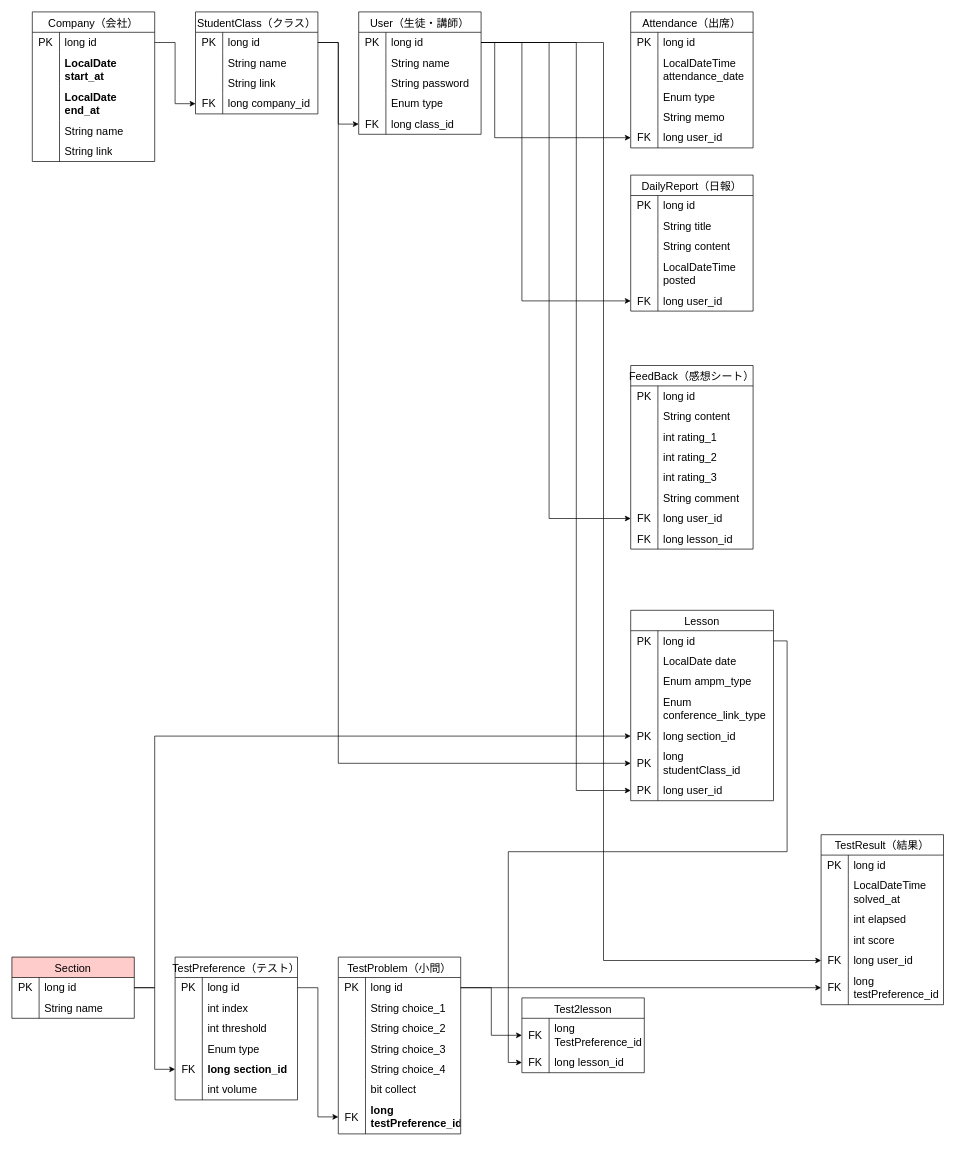
DC-TEAM-A8/TEAM_A8 keeps this draw.io diagram as new_database.drawio. Above is the earlier version. Source tidied: cells renumbered, new cells numbered last; positions are measured from the earlier drawing's top-left corner, leaving out a move shared by most shapes. Both pictures are drawn from the tidied source at 68%, with x=0, y=0 at pixel (12, 12).
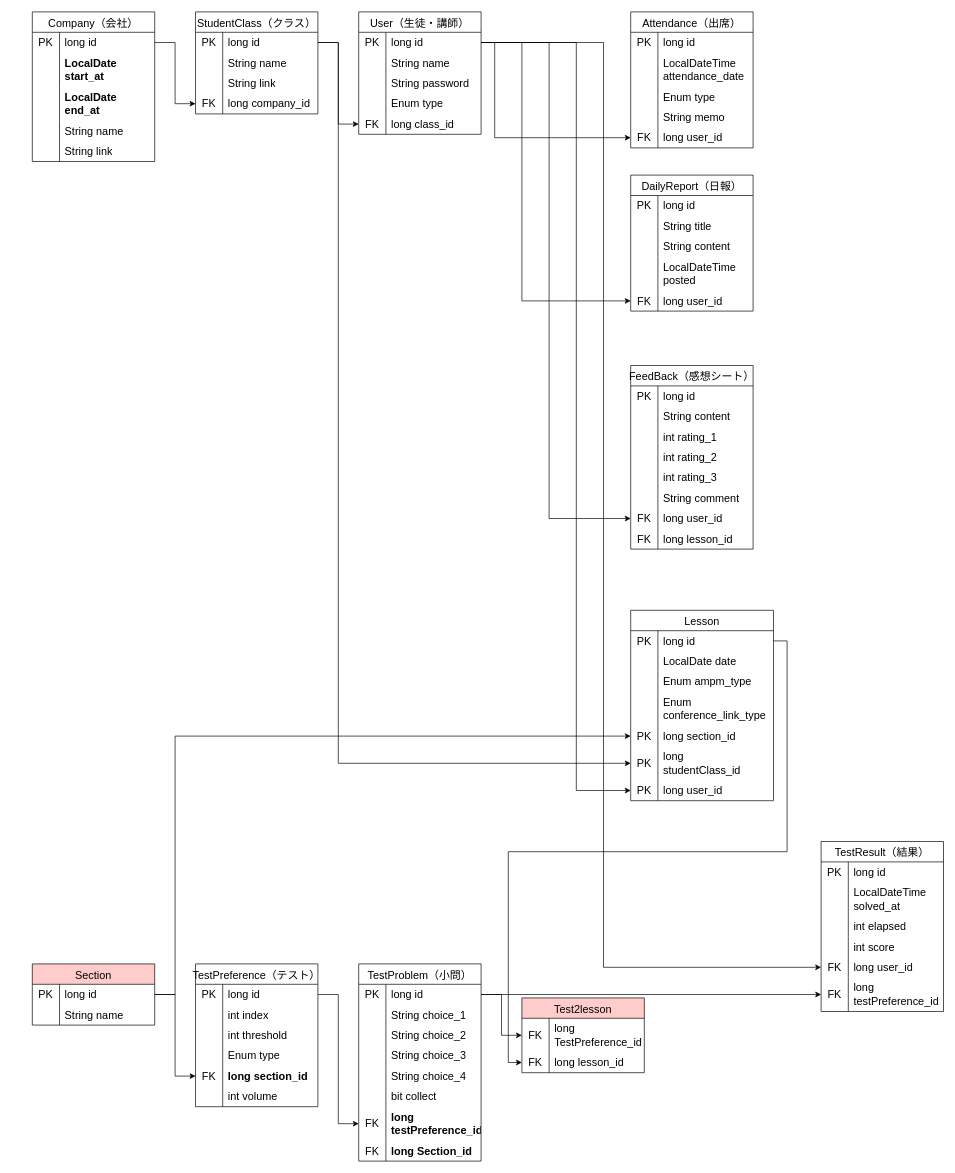
After the change.

The change refers to these unchanged cells:
```xml
<mxCell id="3" style="shape=tableRow;horizontal=0;startSize=0;swimlaneHead=0;swimlaneBody=0;top=0;left=0;bottom=0;right=0;fillColor=none;points=[[0,0.5],[1,0.5]];portConstraint=eastwest;strokeColor=inherit;fontSize=16;" parent="2" vertex="1">
  <mxGeometry y="30" width="180" height="30" as="geometry" />
</mxCell>
<mxCell id="101" style="shape=tableRow;horizontal=0;startSize=0;swimlaneHead=0;swimlaneBody=0;top=0;left=0;bottom=0;right=0;fillColor=none;points=[[0,0.5],[1,0.5]];portConstraint=eastwest;strokeColor=inherit;fontSize=16;" parent="88" vertex="1">
  <mxGeometry y="170" width="180" height="30" as="geometry" />
</mxCell>
<mxCell id="177" style="shape=tableRow;horizontal=0;startSize=0;swimlaneHead=0;swimlaneBody=0;top=0;left=0;bottom=0;right=0;fillColor=none;points=[[0,0.5],[1,0.5]];portConstraint=eastwest;strokeColor=inherit;fontSize=16;" parent="164" vertex="1">
  <mxGeometry y="170" width="210" height="30" as="geometry" />
</mxCell>
<mxCell id="187" style="shape=tableRow;horizontal=0;startSize=0;swimlaneHead=0;swimlaneBody=0;top=0;left=0;bottom=0;right=0;fillColor=none;points=[[0,0.5],[1,0.5]];portConstraint=eastwest;strokeColor=inherit;fontSize=16;" parent="186" vertex="1">
  <mxGeometry y="30" width="180" height="30" as="geometry" />
</mxCell>
```

Diff of the diagram source:
```diff
@@
     <mxCell id="47" value="TestProblem（小問）" style="shape=table;startSize=30;childLayout=tableLayout;rowLines=0;fontStyle=0;strokeColor=default;fontSize=16;" parent="1" vertex="1">
-      <mxGeometry x="480" y="1390" width="180" height="260" as="geometry" />
+      <mxGeometry x="510" y="1400" width="180" height="290" as="geometry" />
     </mxCell>
@@
+    <mxCell id="214" style="shape=tableRow;horizontal=0;startSize=0;swimlaneHead=0;swimlaneBody=0;top=0;left=0;bottom=0;right=0;fillColor=none;strokeColor=inherit;fontSize=16;" parent="47" vertex="1">
+      <mxGeometry y="260" width="180" height="30" as="geometry" />
+    </mxCell>
+    <mxCell id="215" value="FK" style="shape=partialRectangle;html=1;whiteSpace=wrap;fillColor=none;top=0;left=0;bottom=0;right=0;overflow=hidden;strokeColor=inherit;fontSize=16;" parent="214" vertex="1">
+      <mxGeometry width="40" height="30" as="geometry" />
+    </mxCell>
+    <mxCell id="216" value="&lt;b&gt;long Section_id&lt;/b&gt;" style="shape=partialRectangle;html=1;whiteSpace=wrap;fillColor=none;top=0;left=0;bottom=0;right=0;align=left;spacingLeft=6;overflow=hidden;strokeColor=inherit;fontSize=16;" parent="214" vertex="1">
+      <mxGeometry x="40" width="140" height="30" as="geometry" />
+    </mxCell>
     <mxCell id="69" value="TestPreference（テスト）" style="shape=table;startSize=30;childLayout=tableLayout;rowLines=0;fontStyle=0;strokeColor=default;fontSize=16;" parent="1" vertex="1">
-      <mxGeometry x="240" y="1390" width="180" height="210" as="geometry" />
+      <mxGeometry x="270" y="1400" width="180" height="210" as="geometry" />
     </mxCell>
@@
     <mxCell id="88" value="TestResult（結果）" style="shape=table;startSize=30;childLayout=tableLayout;rowLines=0;fontStyle=0;strokeColor=default;fontSize=16;" parent="1" vertex="1">
-      <mxGeometry x="1190" y="1210" width="180" height="250" as="geometry" />
+      <mxGeometry x="1190" y="1220" width="180" height="250" as="geometry" />
     </mxCell>
@@
     <mxCell id="186" value="Section" style="shape=table;startSize=30;childLayout=tableLayout;rowLines=0;fontStyle=0;strokeColor=#000000;fontSize=16;fillColor=#FFCCCC;" parent="1" vertex="1">
-      <mxGeometry y="1390" width="180" height="90" as="geometry" />
+      <mxGeometry x="30" y="1400" width="180" height="90" as="geometry" />
     </mxCell>
@@
-    <mxCell id="193" value="Test2lesson" style="shape=table;startSize=30;childLayout=tableLayout;rowLines=0;fontStyle=0;strokeColor=default;fontSize=16;" parent="1" vertex="1">
+    <mxCell id="193" value="Test2lesson" style="shape=table;startSize=30;childLayout=tableLayout;rowLines=0;fontStyle=0;strokeColor=default;fontSize=16;fillColor=#FFCCCC;" parent="1" vertex="1">
       <mxGeometry x="750" y="1450" width="180" height="110" as="geometry" />
     </mxCell>
@@
     <mxCell id="208" style="edgeStyle=orthogonalEdgeStyle;rounded=0;jettySize=auto;html=1;exitX=1;exitY=0.5;exitDx=0;exitDy=0;entryX=0;entryY=0.5;entryDx=0;entryDy=0;" parent="1" edge="1" source="3" target="101">
       <mxGeometry relative="1" as="geometry">
         <Array as="points">
           <mxPoint x="870" y="45" />
-          <mxPoint x="870" y="1395" />
+          <mxPoint x="870" y="1405" />
         </Array>
       </mxGeometry>
     </mxCell>
@@
     <mxCell id="210" style="edgeStyle=orthogonalEdgeStyle;rounded=0;jettySize=auto;html=1;exitX=1;exitY=0.5;exitDx=0;exitDy=0;entryX=0;entryY=0.5;entryDx=0;entryDy=0;" parent="1" edge="1" source="187" target="177">
       <mxGeometry relative="1" as="geometry">
         <Array as="points">
-          <mxPoint x="210" y="1435" />
-          <mxPoint x="210" y="1065" />
+          <mxPoint x="240" y="1445" />
+          <mxPoint x="240" y="1065" />
         </Array>
       </mxGeometry>
     </mxCell>
```
